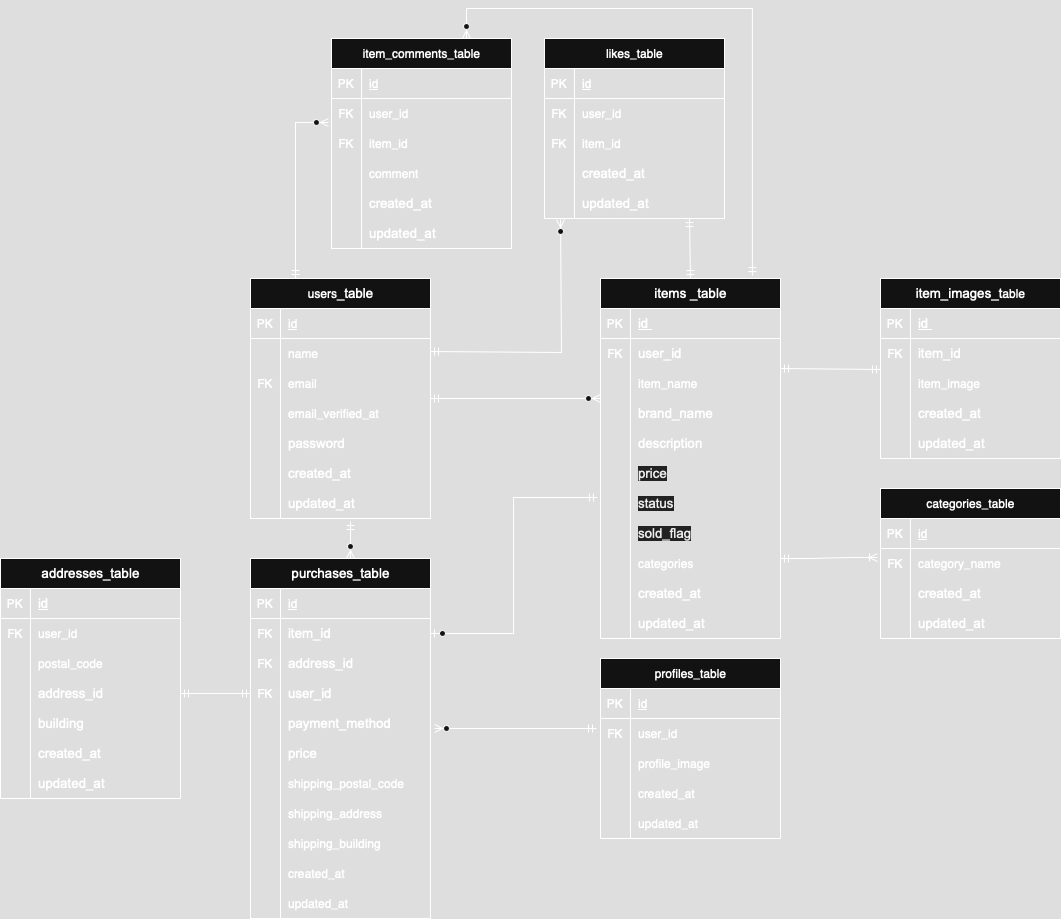
This is images/er_fleamarket.png from shimaayumi/kintai, a draw.io export, as it was before one commit. Source tidied: cells renumbered, new cells last; positions are measured from the earlier drawing's top-left corner, leaving out a move shared by most shapes.
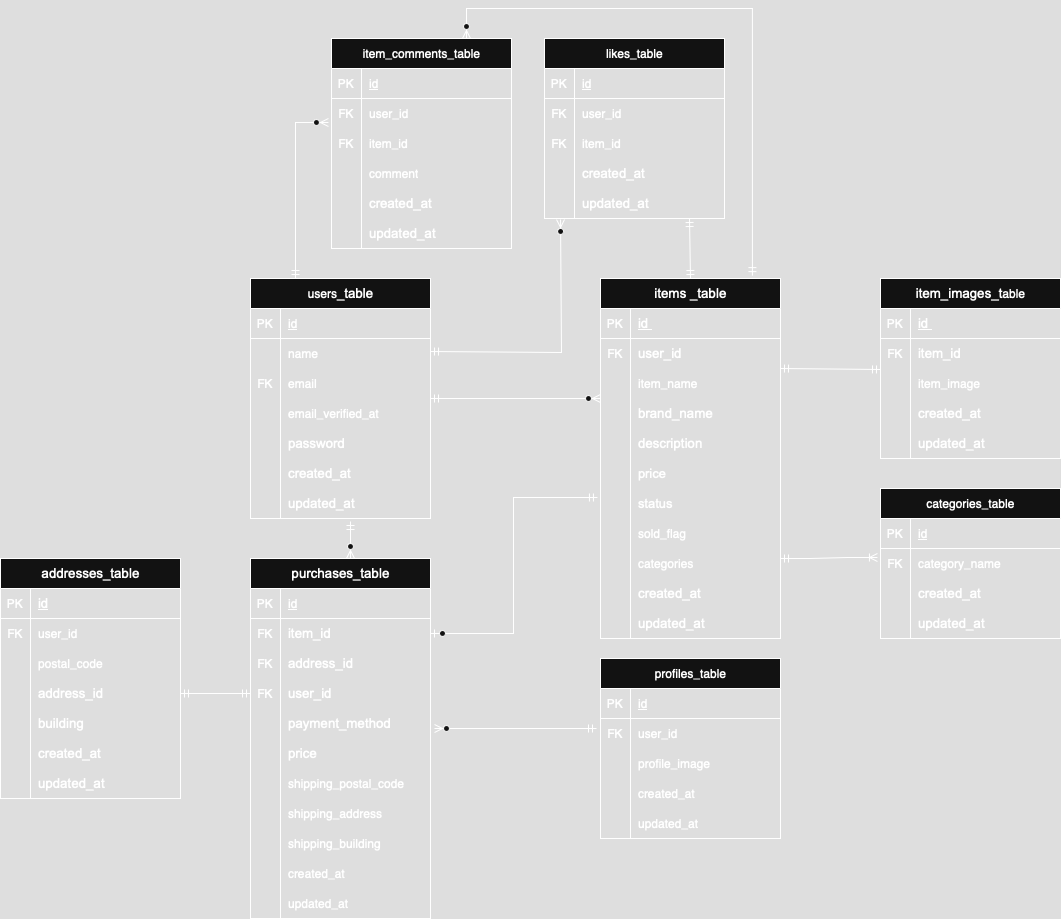
After the change.

Commit message:
リモートリポジトリの変更

What changed in the source:
```diff
@@ -170,7 +170,7 @@
     <mxCell id="57" style="shape=partialRectangle;fillColor=none;top=0;left=0;bottom=0;right=0;overflow=hidden;whiteSpace=wrap;html=1;" parent="56" vertex="1">
       <mxGeometry width="30" height="30" as="geometry" />
     </mxCell>
-    <mxCell id="58" value="&lt;span style=&quot;caret-color: rgb(0, 0, 0); color: rgb(0, 0, 0); font-family: Arial; font-size: 13.3333px; font-style: normal; font-variant-caps: normal; font-weight: 400; letter-spacing: normal; orphans: auto; text-align: left; text-indent: 0px; text-transform: none; white-space: normal; widows: auto; word-spacing: 0px; -webkit-text-stroke-width: 0px; background-color: rgb(236, 236, 236); text-decoration: none; display: inline !important; float: none;&quot;&gt;price&lt;/span&gt;" style="shape=partialRectangle;fillColor=none;top=0;left=0;bottom=0;right=0;align=left;spacingLeft=6;overflow=hidden;whiteSpace=wrap;html=1;" parent="56" vertex="1">
+    <mxCell id="58" value="&lt;font size=&quot;2&quot; face=&quot;Arial&quot;&gt;price&lt;/font&gt;" style="shape=partialRectangle;fillColor=none;top=0;left=0;bottom=0;right=0;align=left;spacingLeft=6;overflow=hidden;whiteSpace=wrap;html=1;" parent="56" vertex="1">
       <mxGeometry x="30" width="150" height="30" as="geometry" />
     </mxCell>
     <mxCell id="59" style="shape=tableRow;horizontal=0;startSize=0;swimlaneHead=0;swimlaneBody=0;fillColor=none;top=0;left=0;right=0;bottom=0;" parent="40" vertex="1">
@@ -179,7 +179,7 @@
     <mxCell id="60" style="shape=partialRectangle;fillColor=none;top=0;left=0;bottom=0;right=0;overflow=hidden;whiteSpace=wrap;html=1;" parent="59" vertex="1">
       <mxGeometry width="30" height="30" as="geometry" />
     </mxCell>
-    <mxCell id="61" value="&lt;span style=&quot;caret-color: rgb(0, 0, 0); color: rgb(0, 0, 0); font-family: Arial; font-size: 13.3333px; font-style: normal; font-variant-caps: normal; font-weight: 400; letter-spacing: normal; orphans: auto; text-align: left; text-indent: 0px; text-transform: none; white-space: normal; widows: auto; word-spacing: 0px; -webkit-text-stroke-width: 0px; background-color: rgb(236, 236, 236); text-decoration: none; display: inline !important; float: none;&quot;&gt;status&lt;/span&gt;" style="shape=partialRectangle;fillColor=none;top=0;left=0;bottom=0;right=0;align=left;spacingLeft=6;overflow=hidden;whiteSpace=wrap;html=1;" parent="59" vertex="1">
+    <mxCell id="61" value="&lt;font size=&quot;2&quot; face=&quot;Arial&quot;&gt;status&lt;/font&gt;" style="shape=partialRectangle;fillColor=none;top=0;left=0;bottom=0;right=0;align=left;spacingLeft=6;overflow=hidden;whiteSpace=wrap;html=1;" parent="59" vertex="1">
       <mxGeometry x="30" width="150" height="30" as="geometry" />
     </mxCell>
     <mxCell id="62" style="shape=tableRow;horizontal=0;startSize=0;swimlaneHead=0;swimlaneBody=0;fillColor=none;top=0;left=0;right=0;bottom=0;" parent="40" vertex="1">
@@ -188,7 +188,7 @@
     <mxCell id="63" style="shape=partialRectangle;fillColor=none;top=0;left=0;bottom=0;right=0;overflow=hidden;whiteSpace=wrap;html=1;" parent="62" vertex="1">
       <mxGeometry width="30" height="30" as="geometry" />
     </mxCell>
-    <mxCell id="64" value="&lt;span style=&quot;caret-color: rgb(0, 0, 0); color: rgb(0, 0, 0); font-family: Arial; font-size: 13.3333px; font-style: normal; font-variant-caps: normal; font-weight: 400; letter-spacing: normal; orphans: auto; text-align: left; text-indent: 0px; text-transform: none; white-space: normal; widows: auto; word-spacing: 0px; -webkit-text-stroke-width: 0px; background-color: rgb(236, 236, 236); text-decoration: none; display: inline !important; float: none;&quot;&gt;sold_flag&lt;/span&gt;" style="shape=partialRectangle;fillColor=none;top=0;left=0;bottom=0;right=0;align=left;spacingLeft=6;overflow=hidden;whiteSpace=wrap;html=1;" parent="62" vertex="1">
+    <mxCell id="64" value="sold_flag" style="shape=partialRectangle;fillColor=none;top=0;left=0;bottom=0;right=0;align=left;spacingLeft=6;overflow=hidden;whiteSpace=wrap;html=1;" parent="62" vertex="1">
       <mxGeometry x="30" width="150" height="30" as="geometry" />
     </mxCell>
     <mxCell id="65" style="shape=tableRow;horizontal=0;startSize=0;swimlaneHead=0;swimlaneBody=0;fillColor=none;top=0;left=0;right=0;bottom=0;" parent="40" vertex="1">
```
